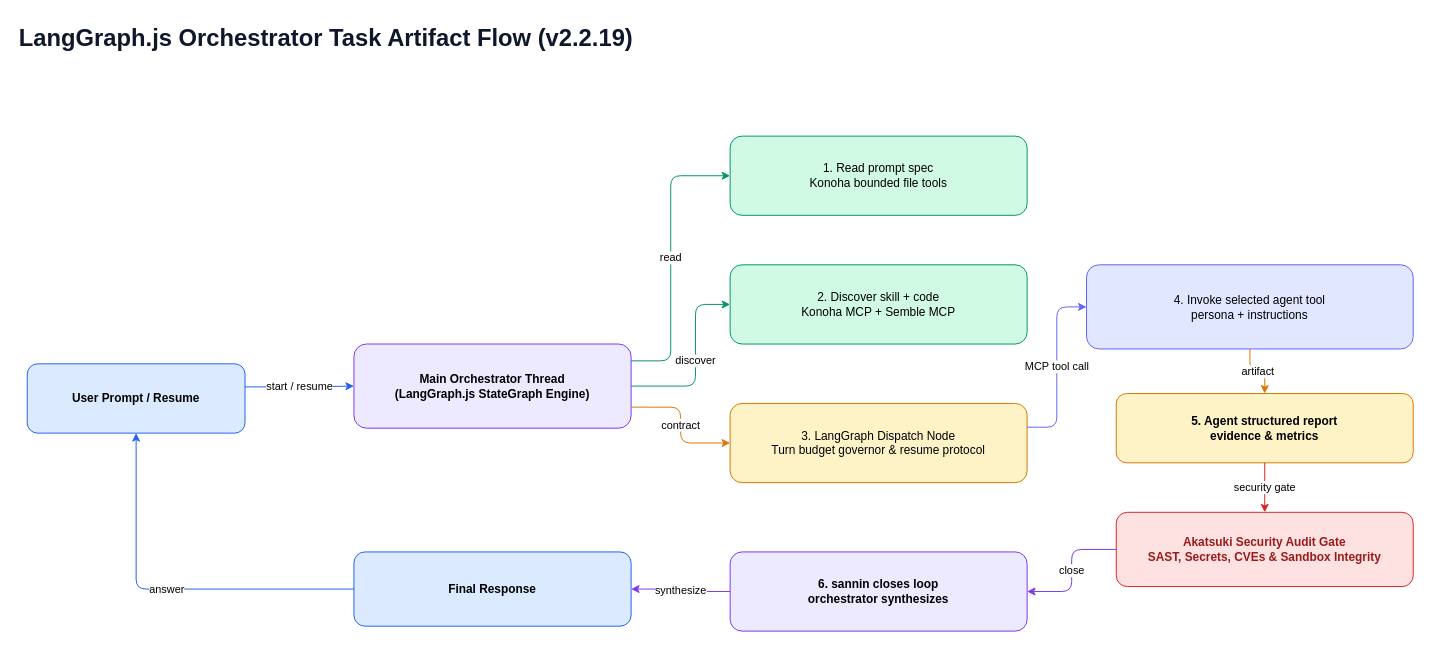
Earlier version of the draw.io diagram page "08 Orchestrator Task Artifact Flow" (8 of 18) of docs/diagrams/konoha-architecture.drawio (andycungkrinx91/konoha). Source tidied: cells renumbered, new cells numbered last; positions are measured from the earlier drawing's top-left corner, leaving out a move shared by most shapes. Both pictures are drawn from the tidied source at 99%, with x=0, y=0 at pixel (17, 17).
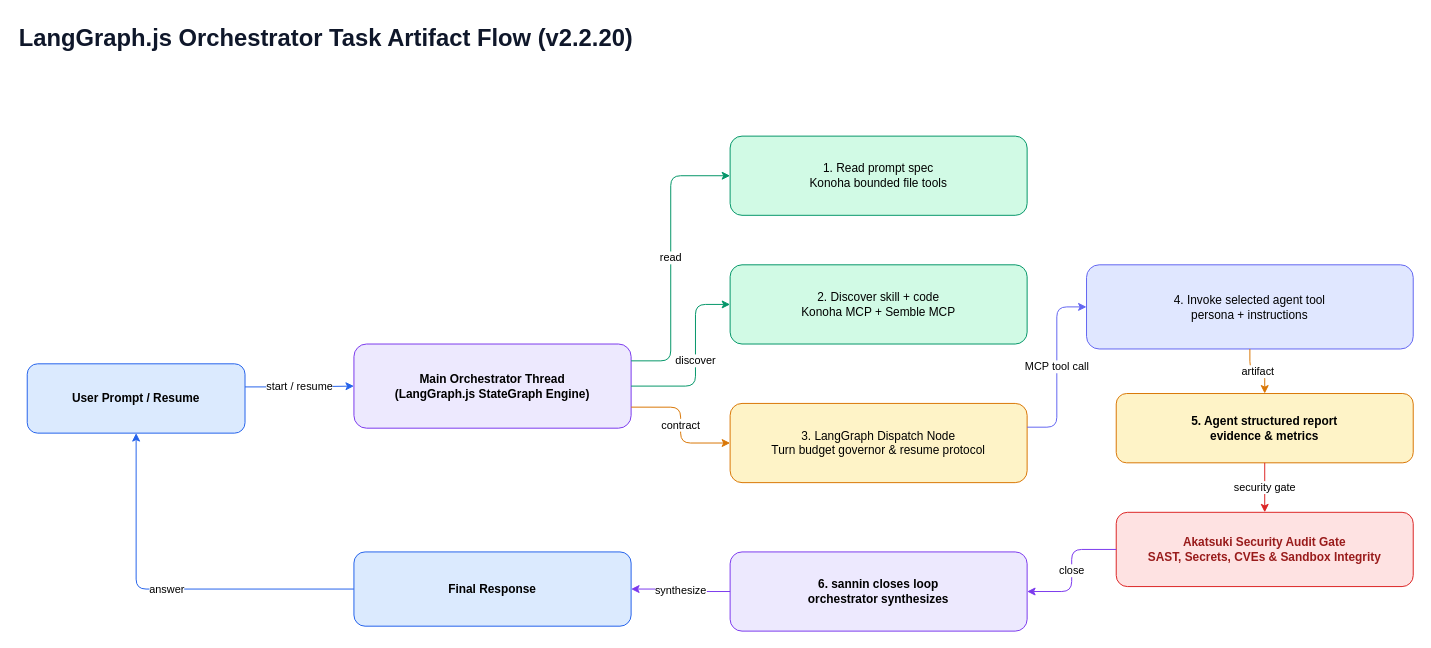
After the change.

Diff of the diagram source:
```diff
@@
-    <mxCell id="2" value="LangGraph.js Orchestrator Task Artifact Flow (v2.2.19)" style="text;html=1;strokeColor=none;fillColor=none;fontColor=#0f172a;fontSize=24;fontStyle=1;align=left;" parent="1" vertex="1">
+    <mxCell id="2" value="LangGraph.js Orchestrator Task Artifact Flow (v2.2.20)" style="text;html=1;strokeColor=none;fillColor=none;fontColor=#0f172a;fontSize=24;fontStyle=1;align=left;" parent="1" vertex="1">
       <mxGeometry width="900" height="40" as="geometry" />
     </mxCell>
```
